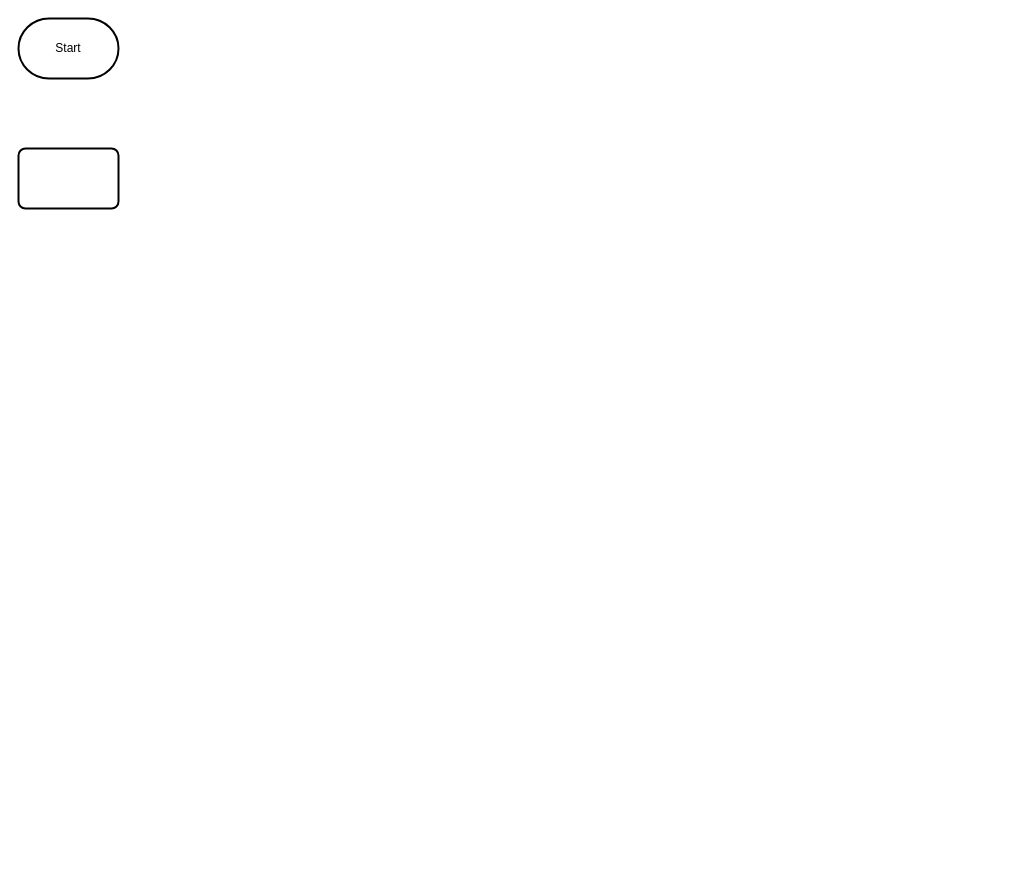
Earlier version of the draw.io diagram designs/flowchart.drawio (Curtis-Edwards/ICS4U-Unit-1-04-Typescript). Source tidied: cells renumbered, new cells numbered last; positions are measured from the earlier drawing's top-left corner, leaving out a move shared by most shapes. Both pictures are drawn from the tidied source at 100%, with x=0, y=0 at pixel (18, 18).
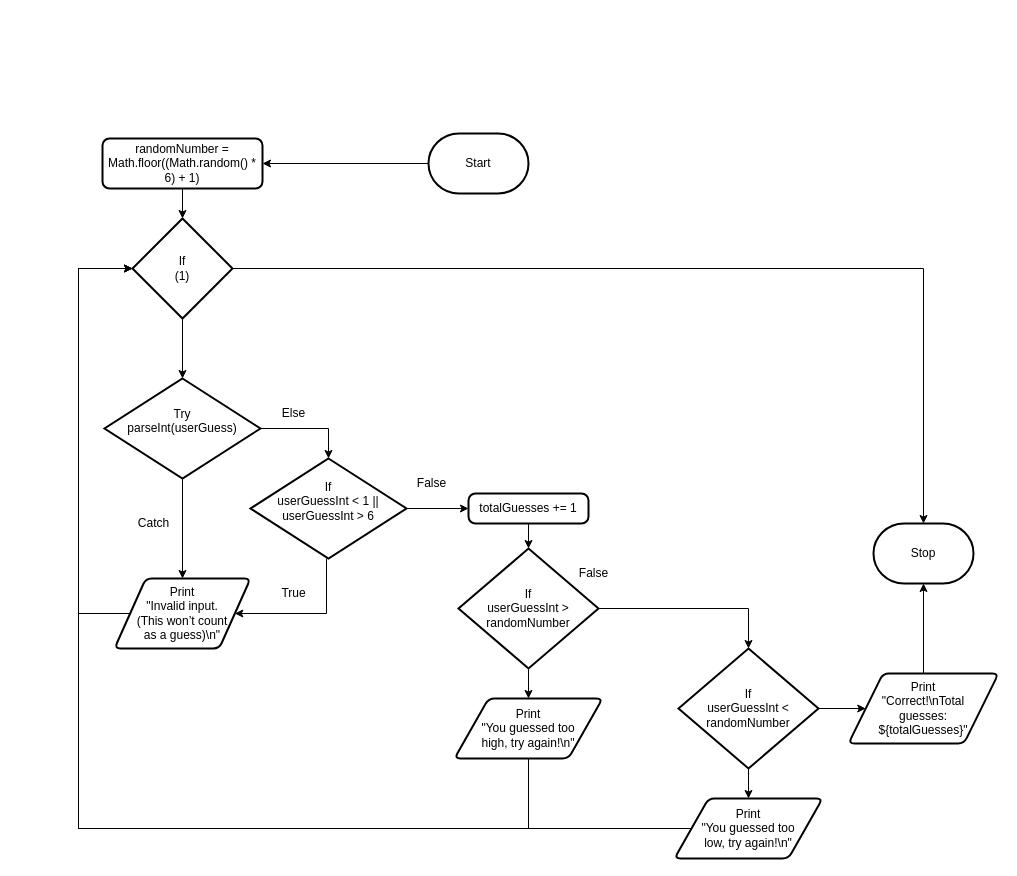
Above is the later version.

What changed in the source:
```diff
@@
+    <mxCell id="4" style="edgeStyle=orthogonalEdgeStyle;rounded=0;html=1;entryX=1;entryY=0.5;entryDx=0;entryDy=0;" parent="1" edge="1" source="2" target="3">
+      <mxGeometry relative="1" as="geometry" />
+    </mxCell>
     <mxCell id="2" value="Start" style="strokeWidth=2;html=1;shape=mxgraph.flowchart.terminator;whiteSpace=wrap;" parent="1" vertex="1">
-      <mxGeometry width="100" height="60" as="geometry" />
+      <mxGeometry x="410" y="115" width="100" height="60" as="geometry" />
     </mxCell>
+    <mxCell id="5" style="edgeStyle=orthogonalEdgeStyle;rounded=0;html=1;entryX=0.5;entryY=0;entryDx=0;entryDy=0;entryPerimeter=0;" parent="1" edge="1" source="3" target="8">
+      <mxGeometry relative="1" as="geometry" />
+    </mxCell>
-    <mxCell id="3" style="rounded=1;whiteSpace=wrap;html=1;absoluteArcSize=1;arcSize=14;strokeWidth=2;" parent="1" vertex="1">
-      <mxGeometry y="130" width="100" height="60" as="geometry" />
+    <mxCell id="3" value="&lt;div&gt;randomNumber = Math.floor((Math.random() * 6) + 1)&lt;/div&gt;" style="rounded=1;whiteSpace=wrap;html=1;absoluteArcSize=1;arcSize=14;strokeWidth=2;" parent="1" vertex="1">
+      <mxGeometry x="84" y="120" width="160" height="50" as="geometry" />
     </mxCell>
+    <mxCell id="6" style="edgeStyle=orthogonalEdgeStyle;rounded=0;html=1;entryX=0.5;entryY=0;entryDx=0;entryDy=0;entryPerimeter=0;" parent="1" edge="1" source="8" target="13">
+      <mxGeometry relative="1" as="geometry" />
+    </mxCell>
+    <mxCell id="7" style="edgeStyle=orthogonalEdgeStyle;rounded=0;html=1;entryX=0.5;entryY=0;entryDx=0;entryDy=0;entryPerimeter=0;" parent="1" edge="1" source="8" target="36">
+      <mxGeometry relative="1" as="geometry" />
+    </mxCell>
+    <mxCell id="8" value="If&lt;br&gt;(1)" style="strokeWidth=2;html=1;shape=mxgraph.flowchart.decision;whiteSpace=wrap;" parent="1" vertex="1">
+      <mxGeometry x="114" y="200" width="100" height="100" as="geometry" />
+    </mxCell>
+    <mxCell id="9" style="edgeStyle=orthogonalEdgeStyle;rounded=0;html=1;entryX=0.5;entryY=1;entryDx=0;entryDy=0;entryPerimeter=0;" parent="1" edge="1" source="10" target="36">
+      <mxGeometry relative="1" as="geometry" />
+    </mxCell>
+    <mxCell id="10" value="Print&lt;br&gt;&quot;Correct!\nTotal &lt;br&gt;guesses: &lt;br&gt;${totalGuesses}&quot;" style="shape=parallelogram;html=1;strokeWidth=2;perimeter=parallelogramPerimeter;whiteSpace=wrap;rounded=1;arcSize=12;size=0.23;" parent="1" vertex="1">
+      <mxGeometry x="830" y="655" width="150" height="70" as="geometry" />
+    </mxCell>
+    <mxCell id="11" style="edgeStyle=orthogonalEdgeStyle;rounded=0;html=1;entryX=0.5;entryY=0;entryDx=0;entryDy=0;" parent="1" edge="1" source="13" target="18">
+      <mxGeometry relative="1" as="geometry" />
+    </mxCell>
+    <mxCell id="12" style="edgeStyle=orthogonalEdgeStyle;rounded=0;html=1;entryX=0.5;entryY=0;entryDx=0;entryDy=0;entryPerimeter=0;" parent="1" edge="1" source="13" target="16">
+      <mxGeometry relative="1" as="geometry">
+        <Array as="points">
+          <mxPoint x="310" y="410" />
+        </Array>
+      </mxGeometry>
+    </mxCell>
+    <mxCell id="13" value="Try&lt;br&gt;&lt;div&gt;parseInt(userGuess)&lt;/div&gt;&lt;div&gt;&lt;br&gt;&lt;/div&gt;" style="strokeWidth=2;html=1;shape=mxgraph.flowchart.decision;whiteSpace=wrap;" parent="1" vertex="1">
+      <mxGeometry x="86" y="360" width="156" height="100" as="geometry" />
+    </mxCell>
+    <mxCell id="14" style="edgeStyle=orthogonalEdgeStyle;rounded=0;html=1;entryX=1;entryY=0.5;entryDx=0;entryDy=0;" parent="1" edge="1" source="16" target="18">
+      <mxGeometry relative="1" as="geometry">
+        <Array as="points">
+          <mxPoint x="308" y="595" />
+        </Array>
+      </mxGeometry>
+    </mxCell>
+    <mxCell id="15" style="edgeStyle=orthogonalEdgeStyle;rounded=0;html=1;entryX=0;entryY=0.5;entryDx=0;entryDy=0;" parent="1" edge="1" source="16" target="33">
+      <mxGeometry relative="1" as="geometry" />
+    </mxCell>
+    <mxCell id="16" value="If&lt;br&gt;&lt;div&gt;userGuessInt &amp;lt; 1 || userGuessInt &amp;gt; 6&lt;/div&gt;&lt;div&gt;&lt;br&gt;&lt;/div&gt;" style="strokeWidth=2;html=1;shape=mxgraph.flowchart.decision;whiteSpace=wrap;" parent="1" vertex="1">
+      <mxGeometry x="232" y="440" width="156" height="100" as="geometry" />
+    </mxCell>
+    <mxCell id="17" style="edgeStyle=orthogonalEdgeStyle;rounded=0;html=1;entryX=0;entryY=0.5;entryDx=0;entryDy=0;entryPerimeter=0;" parent="1" edge="1" source="18" target="8">
+      <mxGeometry relative="1" as="geometry">
+        <Array as="points">
+          <mxPoint x="60" y="595" />
+          <mxPoint x="60" y="250" />
+        </Array>
+      </mxGeometry>
+    </mxCell>
+    <mxCell id="18" value="Print&lt;br&gt;&quot;Invalid input. &lt;br&gt;(This won’t count &lt;br&gt;as a guess)\n&quot;" style="shape=parallelogram;html=1;strokeWidth=2;perimeter=parallelogramPerimeter;whiteSpace=wrap;rounded=1;arcSize=12;size=0.23;" parent="1" vertex="1">
+      <mxGeometry x="96" y="560" width="136" height="70" as="geometry" />
+    </mxCell>
+    <mxCell id="19" value="Catch" style="text;html=1;align=center;verticalAlign=middle;strokeColor=none;fillColor=none;" parent="1" vertex="1">
+      <mxGeometry x="110" y="490" width="50" height="30" as="geometry" />
+    </mxCell>
+    <mxCell id="20" value="Else" style="text;html=1;align=center;verticalAlign=middle;strokeColor=none;fillColor=none;" parent="1" vertex="1">
+      <mxGeometry x="250" y="380" width="50" height="30" as="geometry" />
+    </mxCell>
+    <mxCell id="21" value="True" style="text;html=1;align=center;verticalAlign=middle;strokeColor=none;fillColor=none;" parent="1" vertex="1">
+      <mxGeometry x="250" y="560" width="50" height="30" as="geometry" />
+    </mxCell>
+    <mxCell id="22" value="False" style="text;html=1;align=center;verticalAlign=middle;strokeColor=none;fillColor=none;" parent="1" vertex="1">
+      <mxGeometry x="388" y="450" width="50" height="30" as="geometry" />
+    </mxCell>
+    <mxCell id="23" style="edgeStyle=orthogonalEdgeStyle;rounded=0;html=1;entryX=0.5;entryY=0;entryDx=0;entryDy=0;entryPerimeter=0;" parent="1" edge="1" source="25" target="28">
+      <mxGeometry relative="1" as="geometry" />
+    </mxCell>
+    <mxCell id="24" style="edgeStyle=orthogonalEdgeStyle;rounded=0;html=1;entryX=0.5;entryY=0;entryDx=0;entryDy=0;" parent="1" edge="1" source="25" target="31">
+      <mxGeometry relative="1" as="geometry" />
+    </mxCell>
+    <mxCell id="25" value="If&lt;br&gt;&lt;div&gt;userGuessInt &amp;gt; randomNumber&lt;br&gt;&lt;/div&gt;" style="strokeWidth=2;html=1;shape=mxgraph.flowchart.decision;whiteSpace=wrap;" parent="1" vertex="1">
+      <mxGeometry x="440" y="530" width="140" height="120" as="geometry" />
+    </mxCell>
+    <mxCell id="26" style="edgeStyle=orthogonalEdgeStyle;rounded=0;html=1;entryX=0.5;entryY=0;entryDx=0;entryDy=0;" parent="1" edge="1" source="28" target="35">
+      <mxGeometry relative="1" as="geometry" />
+    </mxCell>
+    <mxCell id="27" style="edgeStyle=orthogonalEdgeStyle;rounded=0;html=1;entryX=0;entryY=0.5;entryDx=0;entryDy=0;" parent="1" edge="1" source="28" target="10">
+      <mxGeometry relative="1" as="geometry" />
+    </mxCell>
+    <mxCell id="28" value="If&lt;br&gt;&lt;div&gt;userGuessInt &amp;lt; randomNumber&lt;br&gt;&lt;/div&gt;" style="strokeWidth=2;html=1;shape=mxgraph.flowchart.decision;whiteSpace=wrap;" parent="1" vertex="1">
+      <mxGeometry x="660" y="630" width="140" height="120" as="geometry" />
+    </mxCell>
+    <mxCell id="29" value="False" style="text;html=1;align=center;verticalAlign=middle;strokeColor=none;fillColor=none;" parent="1" vertex="1">
+      <mxGeometry x="550" y="540" width="50" height="30" as="geometry" />
+    </mxCell>
+    <mxCell id="30" style="edgeStyle=orthogonalEdgeStyle;rounded=0;html=1;entryX=0;entryY=0.5;entryDx=0;entryDy=0;entryPerimeter=0;" parent="1" edge="1" source="31" target="8">
+      <mxGeometry relative="1" as="geometry">
+        <Array as="points">
+          <mxPoint x="510" y="810" />
+          <mxPoint x="60" y="810" />
+          <mxPoint x="60" y="250" />
+        </Array>
+      </mxGeometry>
+    </mxCell>
+    <mxCell id="31" value="Print&lt;br&gt;&quot;You guessed too &lt;br&gt;high, try again!\n&quot;" style="shape=parallelogram;html=1;strokeWidth=2;perimeter=parallelogramPerimeter;whiteSpace=wrap;rounded=1;arcSize=12;size=0.23;" parent="1" vertex="1">
+      <mxGeometry x="436" y="680" width="148" height="60" as="geometry" />
+    </mxCell>
+    <mxCell id="32" style="edgeStyle=orthogonalEdgeStyle;rounded=0;html=1;entryX=0.5;entryY=0;entryDx=0;entryDy=0;entryPerimeter=0;" parent="1" edge="1" source="33" target="25">
+      <mxGeometry relative="1" as="geometry" />
+    </mxCell>
+    <mxCell id="33" value="&lt;div&gt;totalGuesses += 1&lt;/div&gt;" style="rounded=1;whiteSpace=wrap;html=1;absoluteArcSize=1;arcSize=14;strokeWidth=2;" parent="1" vertex="1">
+      <mxGeometry x="450" y="475" width="120" height="30" as="geometry" />
+    </mxCell>
+    <mxCell id="34" style="edgeStyle=orthogonalEdgeStyle;rounded=0;html=1;entryX=0;entryY=0.5;entryDx=0;entryDy=0;entryPerimeter=0;" parent="1" edge="1" source="35" target="8">
+      <mxGeometry relative="1" as="geometry">
+        <Array as="points">
+          <mxPoint x="60" y="810" />
+          <mxPoint x="60" y="250" />
+        </Array>
+      </mxGeometry>
+    </mxCell>
+    <mxCell id="35" value="Print&lt;br&gt;&quot;You guessed too &lt;br&gt;low, try again!\n&quot;" style="shape=parallelogram;html=1;strokeWidth=2;perimeter=parallelogramPerimeter;whiteSpace=wrap;rounded=1;arcSize=12;size=0.23;" parent="1" vertex="1">
+      <mxGeometry x="656" y="780" width="148" height="60" as="geometry" />
+    </mxCell>
+    <mxCell id="36" value="Stop" style="strokeWidth=2;html=1;shape=mxgraph.flowchart.terminator;whiteSpace=wrap;" parent="1" vertex="1">
+      <mxGeometry x="855" y="505" width="100" height="60" as="geometry" />
+    </mxCell>
```
